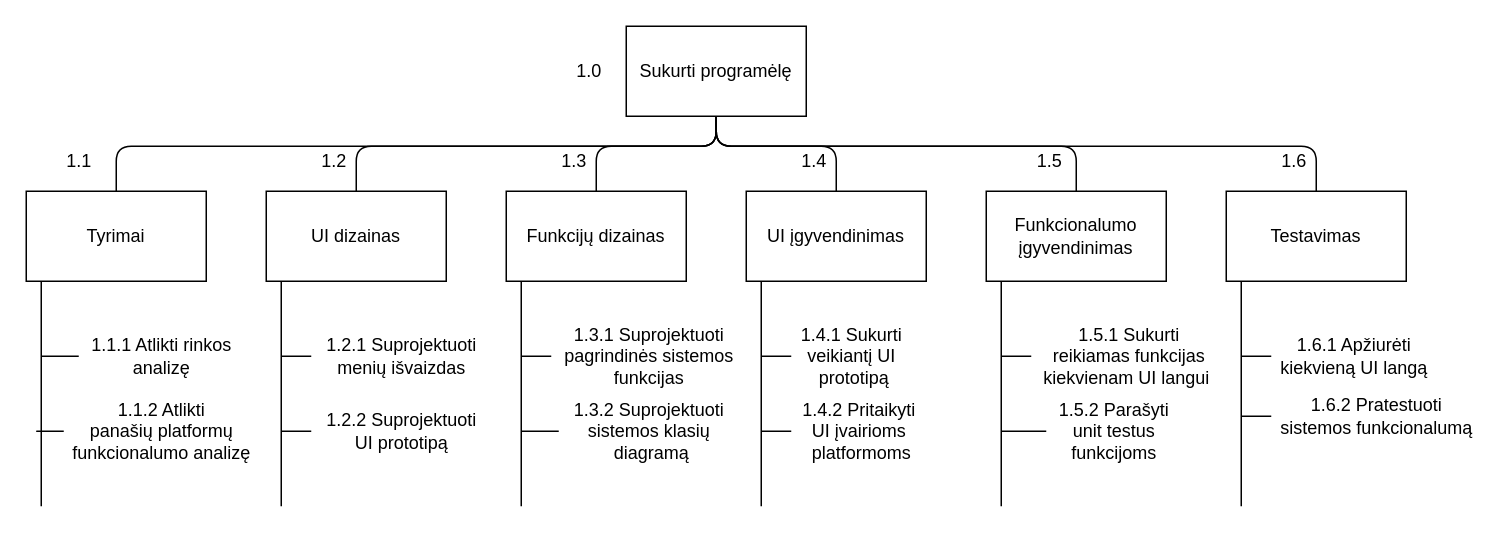
This is doc/projekto darbu isskaidymo struktura/projekto-darbu-isskaidymo-diagrama.drawio from kirbymane/Middle-man-platform, a draw.io file, before an edit. Source tidied: cells renumbered, new cells numbered last; positions are measured from the earlier drawing's top-left corner, leaving out a move shared by most shapes. Both pictures are drawn from the tidied source at 150%, with x=0, y=0 at pixel (26, 26).
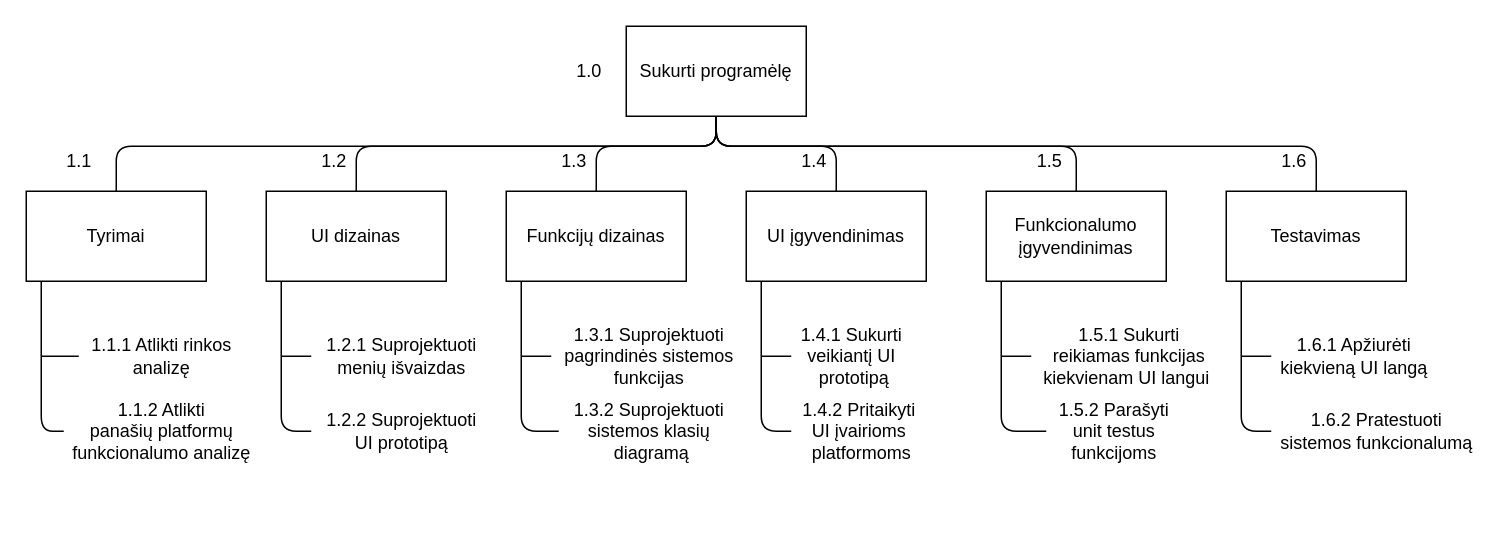
The same page after the edit.

The change refers to these unchanged cells:
```xml
<mxCell id="10" value="Tyrimai" style="rounded=0;whiteSpace=wrap;html=1;" parent="1" vertex="1">
  <mxGeometry y="110" width="120" height="60" as="geometry" />
</mxCell>
<mxCell id="12" value="UI dizainas" style="rounded=0;whiteSpace=wrap;html=1;" parent="1" vertex="1">
  <mxGeometry x="160" y="110" width="120" height="60" as="geometry" />
</mxCell>
<mxCell id="14" value="Funkcijų dizainas" style="rounded=0;whiteSpace=wrap;html=1;" parent="1" vertex="1">
  <mxGeometry x="320" y="110" width="120" height="60" as="geometry" />
</mxCell>
<mxCell id="16" value="Funkcionalumo įgyvendinimas" style="rounded=0;whiteSpace=wrap;html=1;" parent="1" vertex="1">
  <mxGeometry x="640" y="110" width="120" height="60" as="geometry" />
</mxCell>
<mxCell id="18" value="UI įgyvendinimas" style="rounded=0;whiteSpace=wrap;html=1;" parent="1" vertex="1">
  <mxGeometry x="480" y="110" width="120" height="60" as="geometry" />
</mxCell>
<mxCell id="22" value="1.1.2 Atlikti &lt;br&gt;panašių&amp;nbsp;platformų &lt;br&gt;funkcionalumo analizę" style="text;html=1;align=center;verticalAlign=middle;points=[];" parent="1" vertex="1">
  <mxGeometry x="25" y="245" width="130" height="50" as="geometry" />
</mxCell>
<mxCell id="26" value="Testavimas" style="rounded=0;whiteSpace=wrap;html=1;" parent="1" vertex="1">
  <mxGeometry x="800" y="110" width="120" height="60" as="geometry" />
</mxCell>
<mxCell id="28" value="1.2.2 Suprojektuoti &lt;br&gt;UI prototipą" style="text;html=1;align=center;verticalAlign=middle;points=[];" parent="1" vertex="1">
  <mxGeometry x="190" y="255" width="120" height="30" as="geometry" />
</mxCell>
<mxCell id="32" value="1.3.2 Suprojektuoti &lt;br&gt;sistemos klasių&lt;br&gt;&amp;nbsp;diagramą" style="text;html=1;align=center;verticalAlign=middle;points=[];" parent="1" vertex="1">
  <mxGeometry x="355" y="245" width="120" height="50" as="geometry" />
</mxCell>
<mxCell id="42" value="1.5.2 Parašyti &lt;br&gt;unit testus &lt;br&gt;funkcijoms" style="text;html=1;align=center;verticalAlign=middle;points=[];" parent="1" vertex="1">
  <mxGeometry x="680" y="245" width="90" height="50" as="geometry" />
</mxCell>
<mxCell id="44" value="1.4.2 Pritaikyti &lt;br&gt;UI įvairioms&lt;br&gt;&amp;nbsp;platformoms" style="text;html=1;align=center;verticalAlign=middle;points=[];" parent="1" vertex="1">
  <mxGeometry x="510" y="245" width="90" height="50" as="geometry" />
</mxCell>
```

Change to the diagram source:
```diff
@@
-    <mxCell id="9" style="edgeStyle=orthogonalEdgeStyle;rounded=1;jettySize=auto;html=1;endArrow=none;endFill=0;" parent="1" edge="1" source="10">
+    <mxCell id="9" style="edgeStyle=orthogonalEdgeStyle;rounded=1;jettySize=auto;html=1;endArrow=none;endFill=0;" parent="1" edge="1" source="10" target="22">
       <mxGeometry relative="1" as="geometry">
-        <mxPoint x="10" y="320" as="targetPoint" />
         <Array as="points">
-          <mxPoint x="10" y="210" />
-          <mxPoint x="10" y="210" />
+          <mxPoint x="10" y="270" />
         </Array>
       </mxGeometry>
     </mxCell>
@@
-    <mxCell id="11" style="edgeStyle=orthogonalEdgeStyle;rounded=1;jettySize=auto;html=1;endArrow=none;endFill=0;" parent="1" edge="1" source="12">
+    <mxCell id="11" style="edgeStyle=orthogonalEdgeStyle;rounded=1;jettySize=auto;html=1;endArrow=none;endFill=0;" parent="1" edge="1" source="12" target="28">
       <mxGeometry relative="1" as="geometry">
-        <mxPoint x="170" y="320" as="targetPoint" />
         <Array as="points">
-          <mxPoint x="170" y="320" />
+          <mxPoint x="170" y="270" />
         </Array>
       </mxGeometry>
     </mxCell>
@@
-    <mxCell id="13" style="edgeStyle=orthogonalEdgeStyle;rounded=1;jettySize=auto;html=1;endArrow=none;endFill=0;" parent="1" edge="1" source="14">
+    <mxCell id="13" style="edgeStyle=orthogonalEdgeStyle;rounded=1;jettySize=auto;html=1;endArrow=none;endFill=0;" parent="1" edge="1" source="14" target="32">
       <mxGeometry relative="1" as="geometry">
-        <mxPoint x="330" y="320" as="targetPoint" />
         <Array as="points">
-          <mxPoint x="330" y="320" />
+          <mxPoint x="330" y="270" />
         </Array>
       </mxGeometry>
     </mxCell>
@@
-    <mxCell id="15" style="edgeStyle=orthogonalEdgeStyle;rounded=1;jettySize=auto;html=1;endArrow=none;endFill=0;" parent="1" edge="1" source="16">
+    <mxCell id="15" style="edgeStyle=orthogonalEdgeStyle;rounded=1;jettySize=auto;html=1;endArrow=none;endFill=0;" parent="1" edge="1" source="16" target="42">
       <mxGeometry relative="1" as="geometry">
-        <mxPoint x="650" y="320" as="targetPoint" />
         <Array as="points">
-          <mxPoint x="650" y="320" />
+          <mxPoint x="650" y="270" />
         </Array>
       </mxGeometry>
     </mxCell>
@@
-    <mxCell id="17" style="edgeStyle=orthogonalEdgeStyle;rounded=1;jettySize=auto;html=1;endArrow=none;endFill=0;" parent="1" edge="1" source="18">
+    <mxCell id="17" style="edgeStyle=orthogonalEdgeStyle;rounded=1;jettySize=auto;html=1;endArrow=none;endFill=0;" parent="1" edge="1" source="18" target="44">
       <mxGeometry relative="1" as="geometry">
-        <mxPoint x="490" y="320" as="targetPoint" />
         <Array as="points">
-          <mxPoint x="490" y="320" />
+          <mxPoint x="490" y="270" />
         </Array>
       </mxGeometry>
     </mxCell>
@@
-    <mxCell id="21" style="edgeStyle=orthogonalEdgeStyle;rounded=1;jettySize=auto;html=1;endArrow=none;endFill=0;" parent="1" edge="1" source="22">
-      <mxGeometry relative="1" as="geometry">
-        <mxPoint x="10" y="270" as="targetPoint" />
-      </mxGeometry>
-    </mxCell>
@@
-    <mxCell id="25" style="edgeStyle=orthogonalEdgeStyle;rounded=1;jettySize=auto;html=1;endArrow=none;endFill=0;" parent="1" edge="1" source="26">
+    <mxCell id="25" style="edgeStyle=orthogonalEdgeStyle;rounded=1;jettySize=auto;html=1;endArrow=none;endFill=0;" parent="1" edge="1" source="26" target="40">
       <mxGeometry relative="1" as="geometry">
-        <mxPoint x="810" y="320" as="targetPoint" />
         <Array as="points">
-          <mxPoint x="810" y="320" />
+          <mxPoint x="810" y="270" />
         </Array>
       </mxGeometry>
     </mxCell>
@@
-    <mxCell id="27" style="edgeStyle=orthogonalEdgeStyle;rounded=1;jettySize=auto;html=1;endArrow=none;endFill=0;" parent="1" edge="1" source="28">
-      <mxGeometry relative="1" as="geometry">
-        <mxPoint x="170" y="270" as="targetPoint" />
-      </mxGeometry>
-    </mxCell>
@@
-    <mxCell id="31" style="edgeStyle=orthogonalEdgeStyle;rounded=1;jettySize=auto;html=1;endArrow=none;endFill=0;" parent="1" edge="1" source="32">
-      <mxGeometry relative="1" as="geometry">
-        <mxPoint x="330" y="270" as="targetPoint" />
-      </mxGeometry>
-    </mxCell>
@@
-    <mxCell id="39" style="edgeStyle=orthogonalEdgeStyle;rounded=1;jettySize=auto;html=1;endArrow=none;endFill=0;" parent="1" edge="1" source="40">
-      <mxGeometry relative="1" as="geometry">
-        <mxPoint x="810" y="260" as="targetPoint" />
-      </mxGeometry>
-    </mxCell>
     <mxCell id="40" value="1.6.2 Pratestuoti &lt;br&gt;sistemos funkcionalumą" style="text;html=1;align=center;verticalAlign=middle;points=[];" parent="1" vertex="1">
-      <mxGeometry x="830" y="245" width="140" height="30" as="geometry" />
+      <mxGeometry x="830" y="255" width="140" height="30" as="geometry" />
     </mxCell>
-    <mxCell id="41" style="edgeStyle=orthogonalEdgeStyle;rounded=1;jettySize=auto;html=1;endArrow=none;endFill=0;" parent="1" edge="1" source="42">
-      <mxGeometry relative="1" as="geometry">
-        <mxPoint x="650" y="270" as="targetPoint" />
-      </mxGeometry>
-    </mxCell>
@@
-    <mxCell id="43" style="edgeStyle=orthogonalEdgeStyle;rounded=1;jettySize=auto;html=1;endArrow=none;endFill=0;" parent="1" edge="1" source="44">
-      <mxGeometry relative="1" as="geometry">
-        <mxPoint x="490" y="270" as="targetPoint" />
-      </mxGeometry>
-    </mxCell>
```
